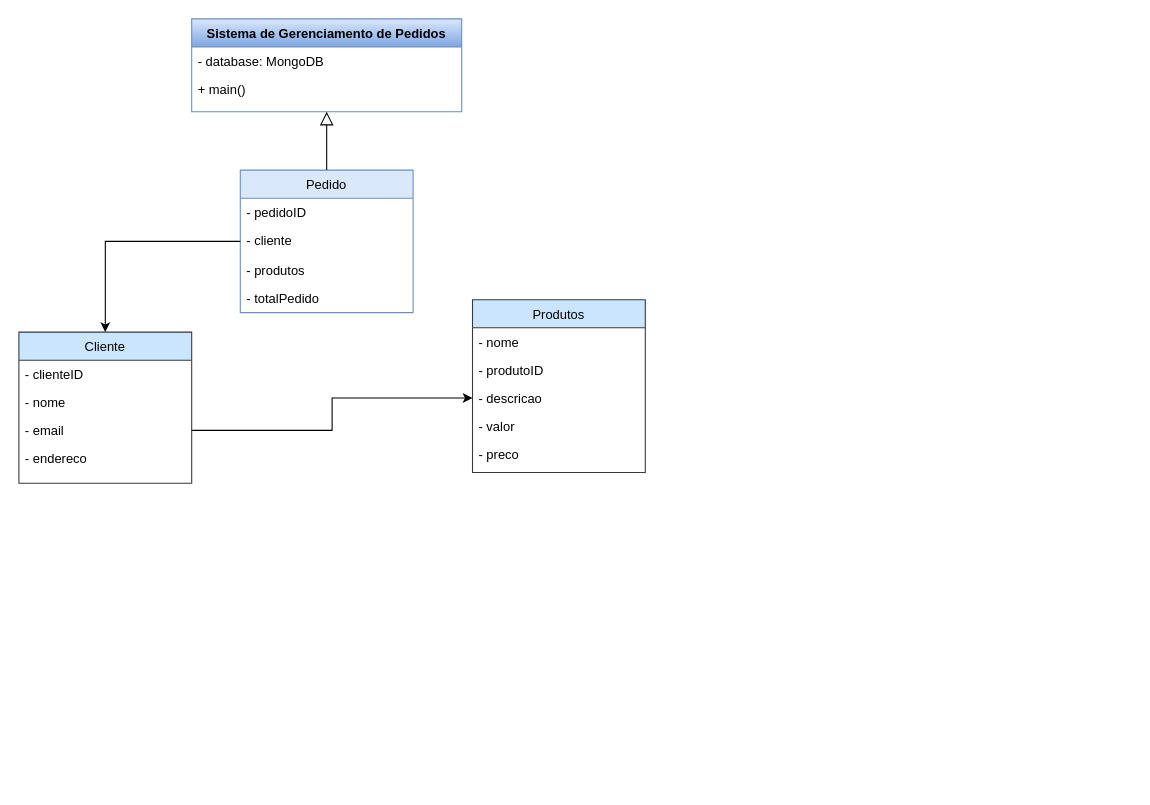
Sandynele/Sistemas-de-Informa-o keeps this draw.io diagram as Diagrama sem nome.drawio. Above is the earlier version. Source tidied: cells renumbered, new cells numbered last; positions are measured from the earlier drawing's top-left corner, leaving out a move shared by most shapes. Both pictures are drawn from the tidied source at 108%, with x=0, y=0 at pixel (18, 18).
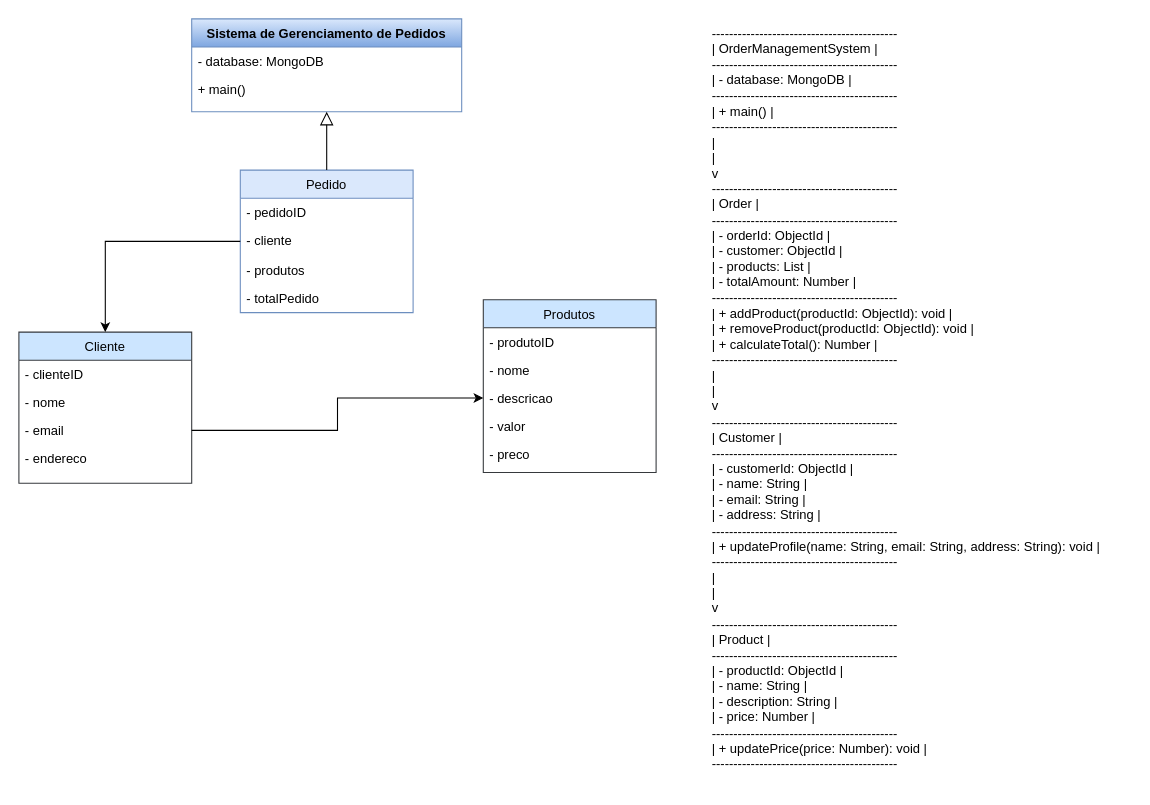
After the change.

Diff of the diagram source:
```diff
@@
     <mxCell id="16" value="Produtos" style="swimlane;fontStyle=0;align=center;verticalAlign=top;horizontal=1;startSize=26;rounded=0;shadow=0;strokeWidth=1;fillColor=#cce5ff;strokeColor=#36393d;" parent="1" vertex="1">
-      <mxGeometry x="420" y="260" width="160" height="160" as="geometry" />
+      <mxGeometry x="430" y="260" width="160" height="160" as="geometry" />
     </mxCell>
+    <mxCell id="18" value="- produtoID" style="text;align=left;verticalAlign=top;spacingLeft=4;spacingRight=4;overflow=hidden;rounded=0;" parent="16" vertex="1">
+      <mxGeometry y="26" width="160" height="26" as="geometry" />
+    </mxCell>
     <mxCell id="17" value="- nome" style="text;align=left;verticalAlign=top;spacingLeft=4;spacingRight=4;overflow=hidden;rounded=0;shadow=0;html=0;" parent="16" vertex="1">
-      <mxGeometry y="26" width="160" height="26" as="geometry" />
+      <mxGeometry y="52" width="160" height="26" as="geometry" />
     </mxCell>
-    <mxCell id="18" value="- produtoID" style="text;align=left;verticalAlign=top;spacingLeft=4;spacingRight=4;overflow=hidden;rounded=0;" parent="16" vertex="1">
-      <mxGeometry y="52" width="160" height="26" as="geometry" />
-    </mxCell>
@@
+    <mxCell id="24" value="-------------------------------------------&#10;|            OrderManagementSystem         |&#10;-------------------------------------------&#10;| - database: MongoDB                     |&#10;-------------------------------------------&#10;| + main()                                |&#10;-------------------------------------------&#10;                  |&#10;                  |&#10;                  v&#10;-------------------------------------------&#10;|                  Order                  |&#10;-------------------------------------------&#10;| - orderId: ObjectId                     |&#10;| - customer: ObjectId                    |&#10;| - products: List              |&#10;| - totalAmount: Number                   |&#10;-------------------------------------------&#10;| + addProduct(productId: ObjectId): void |&#10;| + removeProduct(productId: ObjectId): void |&#10;| + calculateTotal(): Number              |&#10;-------------------------------------------&#10;                  |&#10;                  |&#10;                  v&#10;-------------------------------------------&#10;|                Customer                 |&#10;-------------------------------------------&#10;| - customerId: ObjectId                  |&#10;| - name: String                          |&#10;| - email: String                         |&#10;| - address: String                       |&#10;-------------------------------------------&#10;| + updateProfile(name: String, email: String, address: String): void |&#10;-------------------------------------------&#10;                  |&#10;                  |&#10;                  v&#10;-------------------------------------------&#10;|                 Product                 |&#10;-------------------------------------------&#10;| - productId: ObjectId                   |&#10;| - name: String                          |&#10;| - description: String                   |&#10;| - price: Number                         |&#10;-------------------------------------------&#10;| + updatePrice(price: Number): void      |&#10;-------------------------------------------" style="text;whiteSpace=wrap;html=1;" parent="1" vertex="1">
+      <mxGeometry x="640" width="390" height="710" as="geometry" />
+    </mxCell>
```
